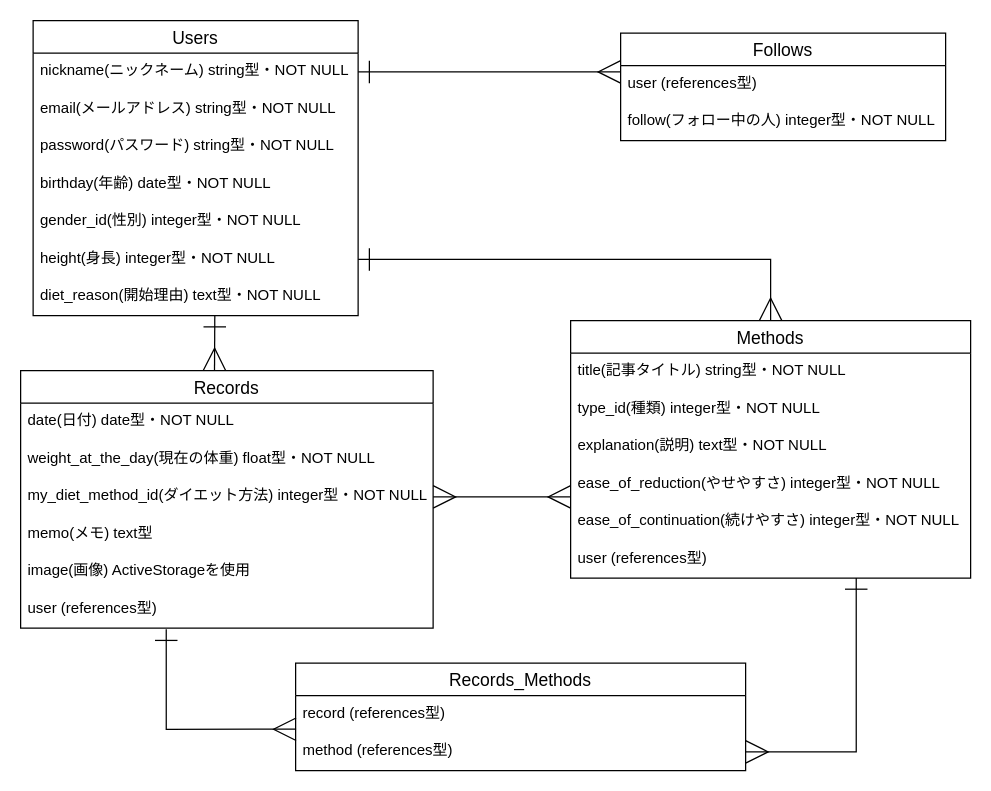
Before: database.dio in NUKEDO/diet-app-31127, a draw.io diagram. Source tidied: cells renumbered, new cells numbered last; positions are measured from the earlier drawing's top-left corner, leaving out a move shared by most shapes. Both pictures are drawn from the tidied source at 125%, with x=0, y=0 at pixel (20, 20).
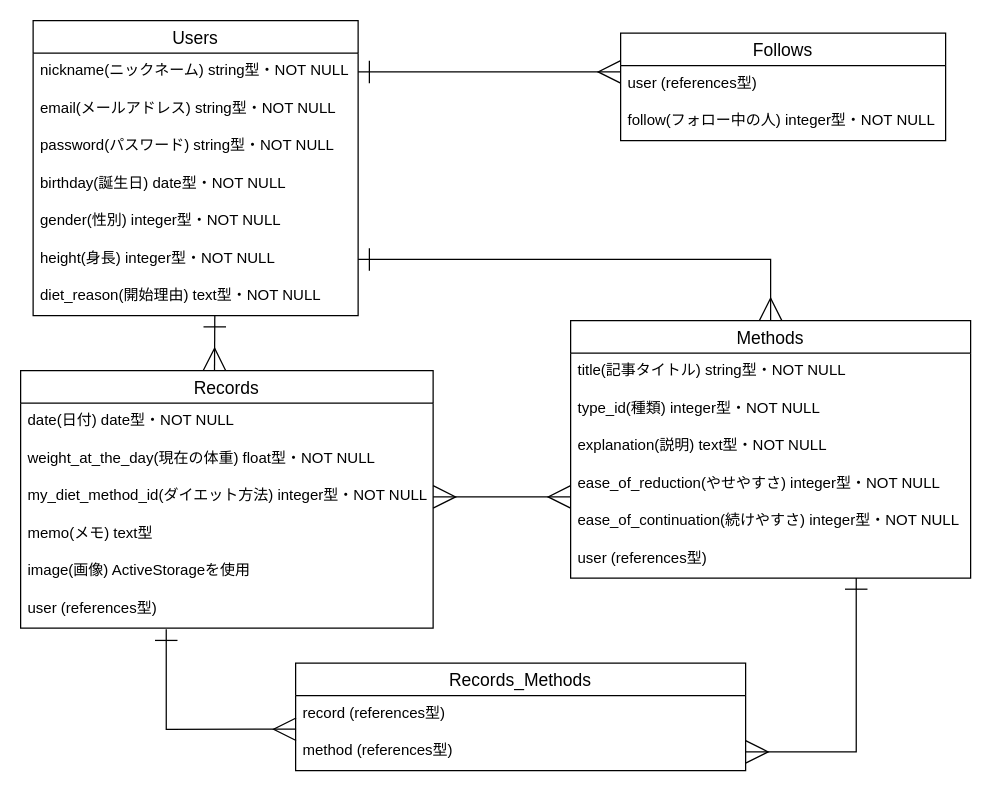
After the change.

Unchanged cells that the change refers to:
```xml
<mxCell id="2" value="Users" style="swimlane;fontStyle=0;horizontal=1;startSize=26;align=center;fontSize=14;" parent="1" vertex="1">
  <mxGeometry x="10" width="260" height="236" as="geometry" />
</mxCell>
```

Change to the diagram source:
```diff
@@
-    <mxCell id="6" value="birthday(年齢) date型・NOT NULL" style="text;strokeColor=none;fillColor=none;spacingLeft=4;spacingRight=4;overflow=hidden;fontSize=12;" parent="2" vertex="1">
+    <mxCell id="6" value="birthday(誕生日) date型・NOT NULL" style="text;strokeColor=none;fillColor=none;spacingLeft=4;spacingRight=4;overflow=hidden;fontSize=12;" parent="2" vertex="1">
       <mxGeometry y="116" width="260" height="30" as="geometry" />
     </mxCell>
-    <mxCell id="7" value="gender_id(性別) integer型・NOT NULL" style="text;strokeColor=none;fillColor=none;spacingLeft=4;spacingRight=4;overflow=hidden;fontSize=12;" parent="2" vertex="1">
+    <mxCell id="7" value="gender(性別) integer型・NOT NULL" style="text;strokeColor=none;fillColor=none;spacingLeft=4;spacingRight=4;overflow=hidden;fontSize=12;" parent="2" vertex="1">
       <mxGeometry y="146" width="260" height="30" as="geometry" />
     </mxCell>
```
